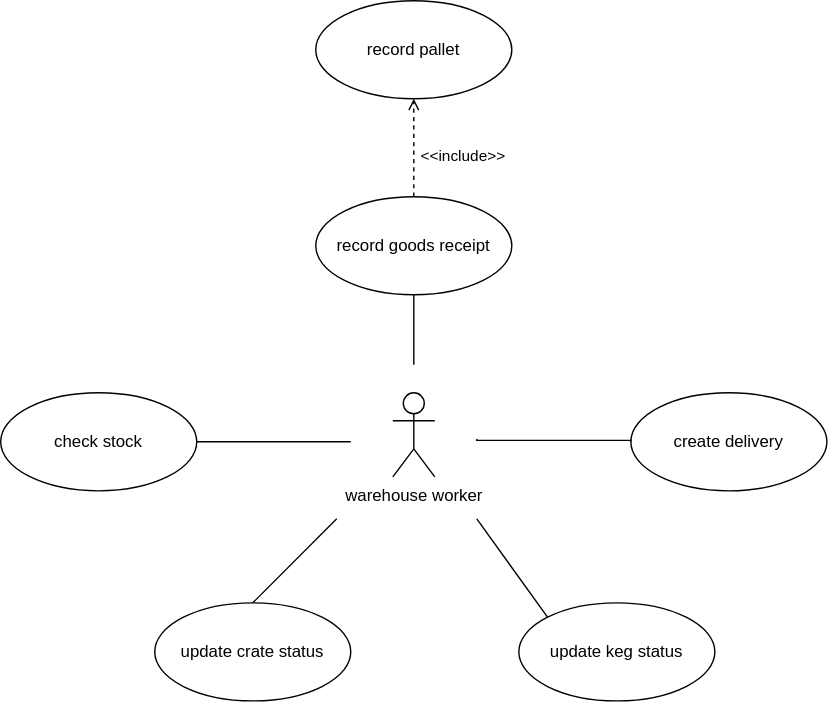
The draw.io diagram docs/use-case-diagram.svg in Random-Mad-Coder/beverage-logistics-api, before a commit. Source tidied: cells renumbered, new cells last; positions are measured from the earlier drawing's top-left corner, leaving out a move shared by most shapes. Its diagram source:
```xml
<mxGraphModel>
  <root>
    <mxCell id="0" />
    <mxCell id="1" parent="0" />
    <mxCell id="2" value="warehouse worker" style="shape=umlActor;verticalLabelPosition=bottom;verticalAlign=top;html=1;" parent="1" vertex="1">
      <mxGeometry x="280" y="280" width="30" height="60" as="geometry" />
    </mxCell>
    <mxCell id="3" value="record goods receipt" style="ellipse;whiteSpace=wrap;html=1;" parent="1" vertex="1">
      <mxGeometry x="225" y="140" width="140" height="70" as="geometry" />
    </mxCell>
    <mxCell id="4" value="record pallet" style="ellipse;whiteSpace=wrap;html=1;" parent="1" vertex="1">
      <mxGeometry x="225" width="140" height="70" as="geometry" />
    </mxCell>
    <mxCell id="5" value="&amp;lt;&amp;lt;include&amp;gt;&amp;gt;" style="html=1;verticalAlign=bottom;labelBackgroundColor=none;endArrow=open;endFill=0;dashed=1;rounded=0;exitX=0.5;exitY=0;exitDx=0;exitDy=0;entryX=0.5;entryY=1;entryDx=0;entryDy=0;edgeStyle=orthogonalEdgeStyle;" parent="1" edge="1" source="3" target="4">
      <mxGeometry x="-0.43" y="-35" relative="1" as="geometry" />
    </mxCell>
    <mxCell id="6" value="create delivery" style="ellipse;whiteSpace=wrap;html=1;" parent="1" vertex="1">
      <mxGeometry x="450" y="280" width="140" height="70" as="geometry" />
    </mxCell>
    <mxCell id="7" value="update keg status" style="ellipse;whiteSpace=wrap;html=1;" parent="1" vertex="1">
      <mxGeometry x="370" y="430" width="140" height="70" as="geometry" />
    </mxCell>
    <mxCell id="8" value="update crate status" style="ellipse;whiteSpace=wrap;html=1;" parent="1" vertex="1">
      <mxGeometry x="110" y="430" width="140" height="70" as="geometry" />
    </mxCell>
    <mxCell id="9" value="check stock" style="ellipse;whiteSpace=wrap;html=1;" parent="1" vertex="1">
      <mxGeometry y="280" width="140" height="70" as="geometry" />
    </mxCell>
    <mxCell id="10" style="edgeStyle=elbowEdgeStyle;html=1;endArrow=none;elbow=vertical;rounded=0;exitX=0.5;exitY=1;exitDx=0;exitDy=0;" parent="1" edge="1" source="3">
      <mxGeometry relative="1" as="geometry">
        <mxPoint x="295" y="260" as="targetPoint" />
      </mxGeometry>
    </mxCell>
    <mxCell id="11" style="edgeStyle=elbowEdgeStyle;html=1;endArrow=none;elbow=vertical;rounded=0;exitX=0;exitY=0.5;exitDx=0;exitDy=0;" parent="1" edge="1" source="6">
      <mxGeometry relative="1" as="geometry">
        <mxPoint x="340" y="313" as="targetPoint" />
      </mxGeometry>
    </mxCell>
    <mxCell id="12" style="html=1;endArrow=none;elbow=vertical;rounded=0;exitX=0;exitY=0;exitDx=0;exitDy=0;" parent="1" edge="1" source="7">
      <mxGeometry relative="1" as="geometry">
        <mxPoint x="340" y="370" as="targetPoint" />
      </mxGeometry>
    </mxCell>
    <mxCell id="13" style="html=1;endArrow=none;elbow=vertical;rounded=0;exitX=0.5;exitY=0;exitDx=0;exitDy=0;" parent="1" edge="1" source="8">
      <mxGeometry relative="1" as="geometry">
        <mxPoint x="240" y="370" as="targetPoint" />
      </mxGeometry>
    </mxCell>
    <mxCell id="14" style="edgeStyle=elbowEdgeStyle;html=1;endArrow=none;elbow=vertical;rounded=0;entryX=1;entryY=0.5;entryDx=0;entryDy=0;" parent="1" edge="1" target="9">
      <mxGeometry relative="1" as="geometry">
        <mxPoint x="250" y="315" as="sourcePoint" />
      </mxGeometry>
    </mxCell>
  </root>
</mxGraphModel>
```
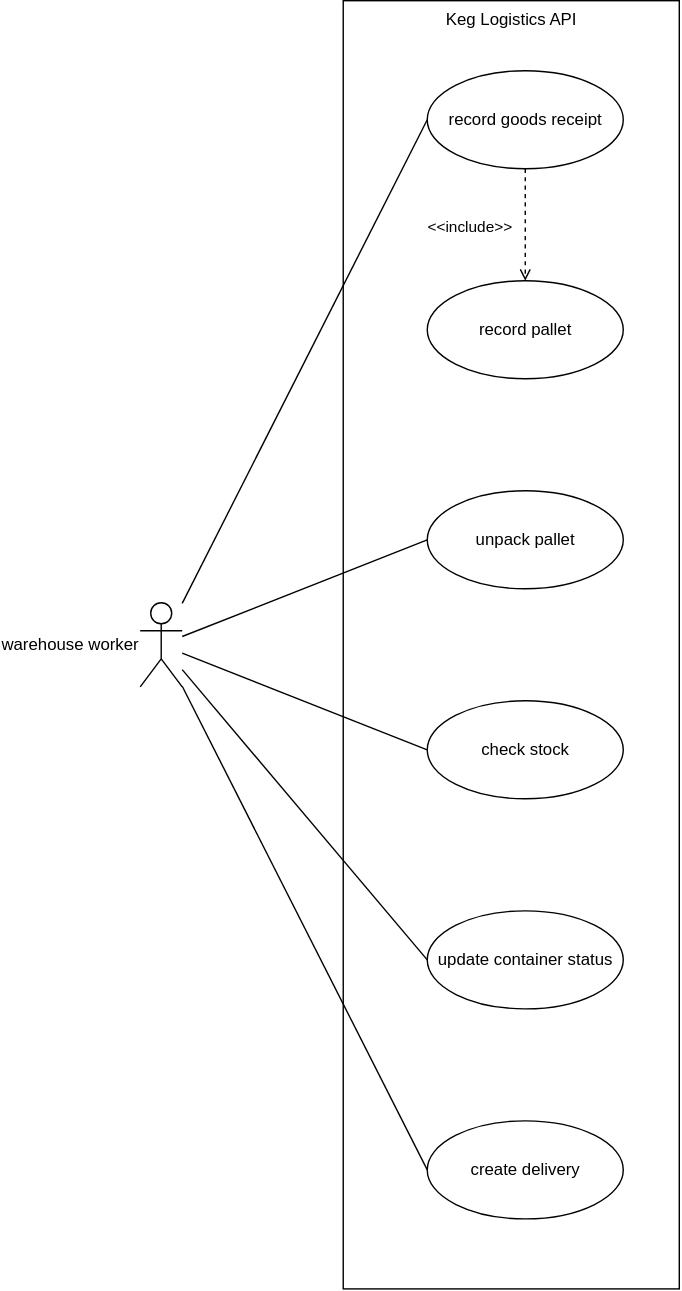
After the commit.

Commit message:
Update README and diagrams to the current data model

What changed in the source:
```diff
@@ -2,54 +2,49 @@
   <root>
     <mxCell id="0" />
     <mxCell id="1" parent="0" />
+    <mxCell id="15" value="Keg Logistics API" style="rounded=0;whiteSpace=wrap;html=1;verticalAlign=top;fillColor=none;" parent="1" vertex="1">
+      <mxGeometry x="165" y="-150" width="240" height="920" as="geometry" />
+    </mxCell>
-    <mxCell id="2" value="warehouse worker" style="shape=umlActor;verticalLabelPosition=bottom;verticalAlign=top;html=1;" parent="1" vertex="1">
-      <mxGeometry x="280" y="280" width="30" height="60" as="geometry" />
+    <mxCell id="2" value="warehouse worker" style="shape=umlActor;verticalLabelPosition=middle;verticalAlign=middle;html=1;labelPosition=left;align=right;" parent="1" vertex="1">
+      <mxGeometry x="20" y="280" width="30" height="60" as="geometry" />
     </mxCell>
     <mxCell id="3" value="record goods receipt" style="ellipse;whiteSpace=wrap;html=1;" parent="1" vertex="1">
-      <mxGeometry x="225" y="140" width="140" height="70" as="geometry" />
+      <mxGeometry x="225" y="-100" width="140" height="70" as="geometry" />
     </mxCell>
     <mxCell id="4" value="record pallet" style="ellipse;whiteSpace=wrap;html=1;" parent="1" vertex="1">
-      <mxGeometry x="225" width="140" height="70" as="geometry" />
+      <mxGeometry x="225" y="50" width="140" height="70" as="geometry" />
     </mxCell>
-    <mxCell id="5" value="&amp;lt;&amp;lt;include&amp;gt;&amp;gt;" style="html=1;verticalAlign=bottom;labelBackgroundColor=none;endArrow=open;endFill=0;dashed=1;rounded=0;exitX=0.5;exitY=0;exitDx=0;exitDy=0;entryX=0.5;entryY=1;entryDx=0;entryDy=0;edgeStyle=orthogonalEdgeStyle;" parent="1" edge="1" source="3" target="4">
-      <mxGeometry x="-0.43" y="-35" relative="1" as="geometry" />
+    <mxCell id="5" value="&amp;lt;&amp;lt;include&amp;gt;&amp;gt;" style="html=1;verticalAlign=bottom;labelBackgroundColor=none;endArrow=open;endFill=0;dashed=1;rounded=0;exitX=0.5;exitY=1;exitDx=0;exitDy=0;entryX=0.5;entryY=0;entryDx=0;entryDy=0;edgeStyle=orthogonalEdgeStyle;" parent="1" edge="1" source="3" target="4">
+      <mxGeometry x="0.25" y="-40" relative="1" as="geometry">
+        <mxPoint y="1" as="offset" />
+      </mxGeometry>
     </mxCell>
     <mxCell id="6" value="create delivery" style="ellipse;whiteSpace=wrap;html=1;" parent="1" vertex="1">
-      <mxGeometry x="450" y="280" width="140" height="70" as="geometry" />
+      <mxGeometry x="225" y="650" width="140" height="70" as="geometry" />
     </mxCell>
-    <mxCell id="7" value="update keg status" style="ellipse;whiteSpace=wrap;html=1;" parent="1" vertex="1">
-      <mxGeometry x="370" y="430" width="140" height="70" as="geometry" />
-    </mxCell>
-    <mxCell id="8" value="update crate status" style="ellipse;whiteSpace=wrap;html=1;" parent="1" vertex="1">
-      <mxGeometry x="110" y="430" width="140" height="70" as="geometry" />
+    <mxCell id="8" value="update container status" style="ellipse;whiteSpace=wrap;html=1;" parent="1" vertex="1">
+      <mxGeometry x="225" y="500" width="140" height="70" as="geometry" />
     </mxCell>
-    <mxCell id="9" value="check stock" style="ellipse;whiteSpace=wrap;html=1;" parent="1" vertex="1">
-      <mxGeometry y="280" width="140" height="70" as="geometry" />
-    </mxCell>
-    <mxCell id="10" style="edgeStyle=elbowEdgeStyle;html=1;endArrow=none;elbow=vertical;rounded=0;exitX=0.5;exitY=1;exitDx=0;exitDy=0;" parent="1" edge="1" source="3">
-      <mxGeometry relative="1" as="geometry">
-        <mxPoint x="295" y="260" as="targetPoint" />
-      </mxGeometry>
+    <mxCell id="10" style="html=1;endArrow=none;elbow=vertical;rounded=0;exitX=0;exitY=0.5;exitDx=0;exitDy=0;" parent="1" edge="1" source="3" target="2">
+      <mxGeometry relative="1" as="geometry" />
     </mxCell>
-    <mxCell id="11" style="edgeStyle=elbowEdgeStyle;html=1;endArrow=none;elbow=vertical;rounded=0;exitX=0;exitY=0.5;exitDx=0;exitDy=0;" parent="1" edge="1" source="6">
-      <mxGeometry relative="1" as="geometry">
-        <mxPoint x="340" y="313" as="targetPoint" />
-      </mxGeometry>
+    <mxCell id="11" style="html=1;endArrow=none;elbow=vertical;rounded=0;exitX=0;exitY=0.5;exitDx=0;exitDy=0;" parent="1" edge="1" source="6" target="2">
+      <mxGeometry relative="1" as="geometry" />
     </mxCell>
-    <mxCell id="12" style="html=1;endArrow=none;elbow=vertical;rounded=0;exitX=0;exitY=0;exitDx=0;exitDy=0;" parent="1" edge="1" source="7">
-      <mxGeometry relative="1" as="geometry">
-        <mxPoint x="340" y="370" as="targetPoint" />
-      </mxGeometry>
-    </mxCell>
-    <mxCell id="13" style="html=1;endArrow=none;elbow=vertical;rounded=0;exitX=0.5;exitY=0;exitDx=0;exitDy=0;" parent="1" edge="1" source="8">
-      <mxGeometry relative="1" as="geometry">
-        <mxPoint x="240" y="370" as="targetPoint" />
-      </mxGeometry>
-    </mxCell>
-    <mxCell id="14" style="edgeStyle=elbowEdgeStyle;html=1;endArrow=none;elbow=vertical;rounded=0;entryX=1;entryY=0.5;entryDx=0;entryDy=0;" parent="1" edge="1" target="9">
-      <mxGeometry relative="1" as="geometry">
-        <mxPoint x="250" y="315" as="sourcePoint" />
-      </mxGeometry>
+    <mxCell id="14" style="html=1;endArrow=none;elbow=vertical;rounded=0;entryX=0;entryY=0.5;entryDx=0;entryDy=0;" parent="1" edge="1" source="2" target="9">
+      <mxGeometry relative="1" as="geometry" />
     </mxCell>
+    <mxCell id="16" value="unpack pallet" style="ellipse;whiteSpace=wrap;html=1;" parent="1" vertex="1">
+      <mxGeometry x="225" y="200" width="140" height="70" as="geometry" />
+    </mxCell>
+    <mxCell id="17" style="html=1;endArrow=none;elbow=vertical;rounded=0;entryX=0;entryY=0.5;entryDx=0;entryDy=0;" parent="1" edge="1" source="2" target="16">
+      <mxGeometry relative="1" as="geometry" />
+    </mxCell>
+    <mxCell id="18" style="html=1;endArrow=none;elbow=vertical;rounded=0;exitX=0;exitY=0.5;exitDx=0;exitDy=0;" parent="1" edge="1" source="8" target="2">
+      <mxGeometry relative="1" as="geometry" />
+    </mxCell>
+    <mxCell id="9" value="check stock" style="ellipse;whiteSpace=wrap;html=1;" parent="1" vertex="1">
+      <mxGeometry x="225" y="350" width="140" height="70" as="geometry" />
+    </mxCell>
   </root>
 </mxGraphModel>
```
